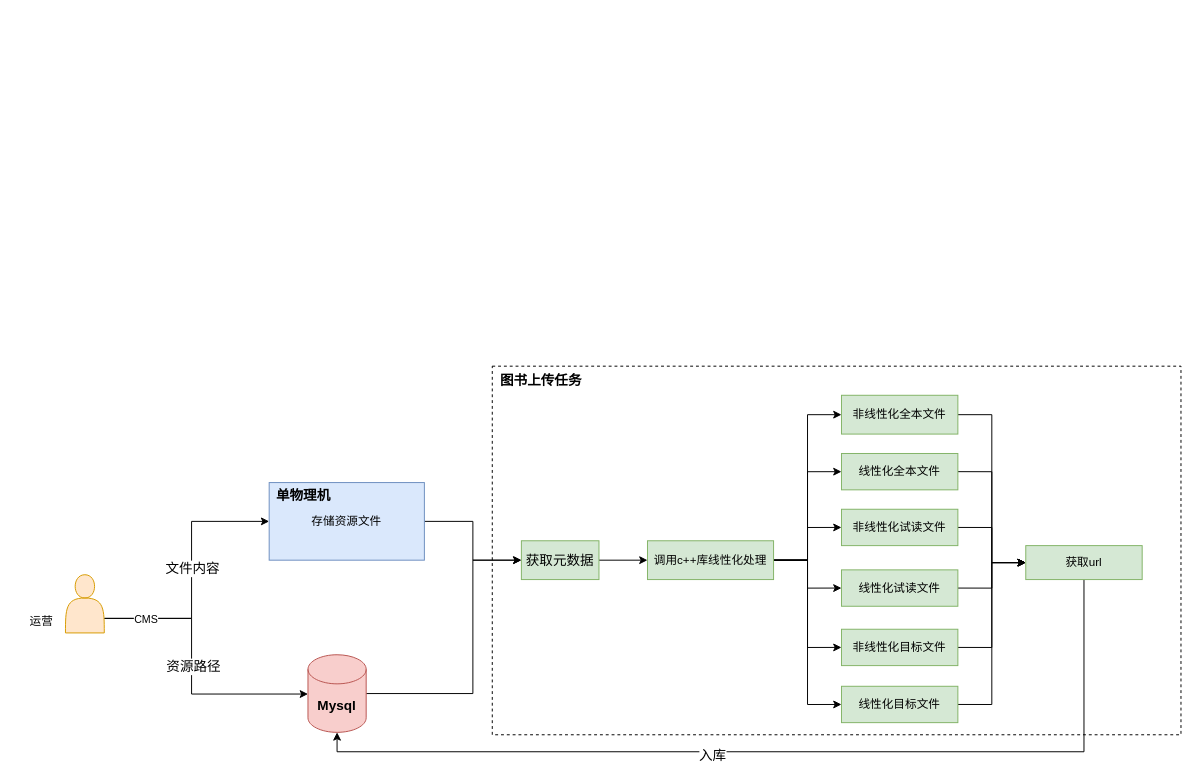
Above: 图书上传任务流程.drawio in Floweryu/my-diagrams (draw.io), before the change. Source tidied: cells renumbered, new cells numbered last; positions are measured from the earlier drawing's top-left corner, leaving out a move shared by most shapes. Both pictures are drawn from the tidied source at 97%, with x=0, y=0 at pixel (16, 366).
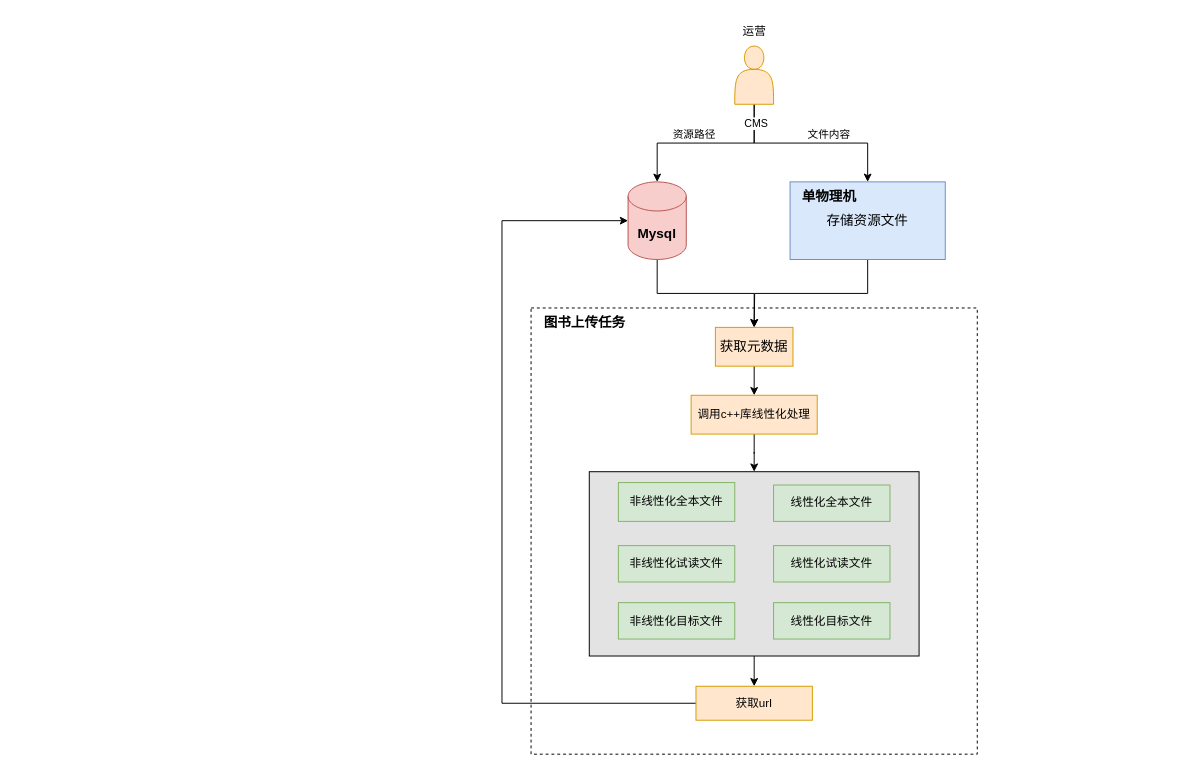
The same diagram, later.

Commit message:
更新图书上传任务流程.drawio

What changed in the source:
```diff
@@
-    <mxCell id="2" style="rounded=0;whiteSpace=wrap;html=1;dashed=1;" parent="1" vertex="1">
-      <mxGeometry x="490" width="710" height="380" as="geometry" />
-    </mxCell>
-    <mxCell id="3" style="edgeStyle=orthogonalEdgeStyle;rounded=0;jettySize=auto;html=1;exitX=1;exitY=0.75;exitDx=0;exitDy=0;entryX=0;entryY=0.5;entryDx=0;entryDy=0;" parent="1" edge="1" source="8" target="36">
-      <mxGeometry relative="1" as="geometry">
-        <Array as="points">
-          <mxPoint x="90" y="260" />
-          <mxPoint x="180" y="260" />
-          <mxPoint x="180" y="160" />
-        </Array>
-      </mxGeometry>
-    </mxCell>
-    <mxCell id="4" value="&lt;font style=&quot;font-size: 14px;&quot;&gt;文件内容&lt;/font&gt;" style="edgeLabel;html=1;align=center;verticalAlign=middle;" parent="3" vertex="1">
-      <mxGeometry x="0.06" relative="1" as="geometry">
-        <mxPoint y="1" as="offset" />
-      </mxGeometry>
-    </mxCell>
-    <mxCell id="5" style="edgeStyle=orthogonalEdgeStyle;rounded=0;jettySize=auto;html=1;exitX=1;exitY=0.75;exitDx=0;exitDy=0;" parent="1" edge="1" source="8" target="34">
-      <mxGeometry relative="1" as="geometry">
-        <Array as="points">
-          <mxPoint x="90" y="260" />
-          <mxPoint x="180" y="260" />
-          <mxPoint x="180" y="338" />
-        </Array>
-      </mxGeometry>
-    </mxCell>
-    <mxCell id="6" value="&lt;font style=&quot;font-size: 14px;&quot;&gt;资源路径&lt;/font&gt;" style="edgeLabel;html=1;align=center;verticalAlign=middle;" parent="5" vertex="1">
-      <mxGeometry x="0.34" y="2" relative="1" as="geometry">
-        <mxPoint x="-24" y="-27" as="offset" />
-      </mxGeometry>
-    </mxCell>
-    <mxCell id="7" value="CMS" style="edgeLabel;html=1;align=center;verticalAlign=middle;" parent="5" vertex="1">
-      <mxGeometry x="-0.71" y="-3" relative="1" as="geometry">
-        <mxPoint y="-3" as="offset" />
-      </mxGeometry>
-    </mxCell>
-    <mxCell id="8" style="shape=actor;whiteSpace=wrap;html=1;fillColor=#ffe6cc;strokeColor=#d79b00;" parent="1" vertex="1">
-      <mxGeometry x="50" y="215" width="40" height="60" as="geometry" />
-    </mxCell>
+    <mxCell id="40" style="rounded=0;whiteSpace=wrap;html=1;dashed=1;" parent="1" vertex="1">
+      <mxGeometry x="530" y="-60" width="460" height="460" as="geometry" />
+    </mxCell>
+    <mxCell id="41" style="edgeStyle=orthogonalEdgeStyle;rounded=0;jettySize=auto;html=1;exitX=0.5;exitY=1;exitDx=0;exitDy=0;entryX=0.5;entryY=0;entryDx=0;entryDy=0;" parent="1" edge="1" source="42" target="32">
+      <mxGeometry relative="1" as="geometry" />
+    </mxCell>
+    <mxCell id="42" style="rounded=0;whiteSpace=wrap;html=1;fillColor=#E3E3E3;" parent="1" vertex="1">
+      <mxGeometry x="590" y="108.8" width="340" height="190" as="geometry" />
+    </mxCell>
-    <mxCell id="9" style="edgeStyle=orthogonalEdgeStyle;rounded=0;jettySize=auto;html=1;" parent="1" edge="1" source="10" target="17">
+    <mxCell id="9" style="edgeStyle=orthogonalEdgeStyle;rounded=0;jettySize=auto;html=1;exitX=0.5;exitY=1;exitDx=0;exitDy=0;entryX=0.5;entryY=0;entryDx=0;entryDy=0;" parent="1" edge="1" source="10" target="17">
       <mxGeometry relative="1" as="geometry" />
     </mxCell>
-    <mxCell id="10" value="&lt;font style=&quot;font-size: 14px;&quot;&gt;获取元数据&lt;/font&gt;" style="rounded=0;whiteSpace=wrap;html=1;fillColor=#d5e8d4;strokeColor=#82b366;" parent="1" vertex="1">
-      <mxGeometry x="520" y="180" width="80" height="40" as="geometry" />
+    <mxCell id="10" value="&lt;font style=&quot;font-size: 14px;&quot;&gt;获取元数据&lt;/font&gt;" style="rounded=0;whiteSpace=wrap;html=1;fillColor=#ffe6cc;strokeColor=#d79b00;" parent="1" vertex="1">
+      <mxGeometry x="720" y="-40" width="80" height="40" as="geometry" />
     </mxCell>
-    <mxCell id="11" style="edgeStyle=orthogonalEdgeStyle;rounded=0;jettySize=auto;html=1;exitX=1;exitY=0.5;exitDx=0;exitDy=0;entryX=0;entryY=0.5;entryDx=0;entryDy=0;" parent="1" edge="1" source="17" target="19">
-      <mxGeometry relative="1" as="geometry" />
-    </mxCell>
-    <mxCell id="12" style="edgeStyle=orthogonalEdgeStyle;rounded=0;jettySize=auto;html=1;exitX=1;exitY=0.5;exitDx=0;exitDy=0;entryX=0;entryY=0.5;entryDx=0;entryDy=0;" parent="1" edge="1" source="17" target="21">
-      <mxGeometry relative="1" as="geometry" />
-    </mxCell>
-    <mxCell id="13" style="edgeStyle=orthogonalEdgeStyle;rounded=0;jettySize=auto;html=1;exitX=1;exitY=0.5;exitDx=0;exitDy=0;entryX=0;entryY=0.5;entryDx=0;entryDy=0;" parent="1" edge="1" source="17" target="23">
-      <mxGeometry relative="1" as="geometry" />
-    </mxCell>
-    <mxCell id="14" style="edgeStyle=orthogonalEdgeStyle;rounded=0;jettySize=auto;html=1;exitX=1;exitY=0.5;exitDx=0;exitDy=0;entryX=0;entryY=0.5;entryDx=0;entryDy=0;" parent="1" edge="1" source="17" target="25">
-      <mxGeometry relative="1" as="geometry" />
-    </mxCell>
-    <mxCell id="15" style="edgeStyle=orthogonalEdgeStyle;rounded=0;jettySize=auto;html=1;exitX=1;exitY=0.5;exitDx=0;exitDy=0;entryX=0;entryY=0.5;entryDx=0;entryDy=0;" parent="1" edge="1" source="17" target="27">
-      <mxGeometry relative="1" as="geometry" />
-    </mxCell>
-    <mxCell id="16" style="edgeStyle=orthogonalEdgeStyle;rounded=0;jettySize=auto;html=1;exitX=1;exitY=0.5;exitDx=0;exitDy=0;entryX=0;entryY=0.5;entryDx=0;entryDy=0;" parent="1" edge="1" source="17" target="29">
-      <mxGeometry relative="1" as="geometry" />
-    </mxCell>
+    <mxCell id="43" style="edgeStyle=orthogonalEdgeStyle;rounded=0;jettySize=auto;html=1;exitX=0.5;exitY=1;exitDx=0;exitDy=0;" parent="1" edge="1" source="17" target="42">
+      <mxGeometry relative="1" as="geometry" />
+    </mxCell>
-    <mxCell id="17" value="调用c++库线性化处理" style="rounded=0;whiteSpace=wrap;html=1;fillColor=#d5e8d4;strokeColor=#82b366;" parent="1" vertex="1">
-      <mxGeometry x="650" y="180" width="130" height="40" as="geometry" />
+    <mxCell id="17" value="调用c++库线性化处理" style="rounded=0;whiteSpace=wrap;html=1;fillColor=#ffe6cc;strokeColor=#d79b00;" parent="1" vertex="1">
+      <mxGeometry x="695" y="30" width="130" height="40" as="geometry" />
     </mxCell>
-    <mxCell id="18" style="edgeStyle=orthogonalEdgeStyle;rounded=0;jettySize=auto;html=1;exitX=1;exitY=0.5;exitDx=0;exitDy=0;entryX=0;entryY=0.5;entryDx=0;entryDy=0;" parent="1" edge="1" source="19" target="32">
-      <mxGeometry relative="1" as="geometry" />
-    </mxCell>
     <mxCell id="19" value="非线性化全本文件" style="rounded=0;whiteSpace=wrap;html=1;fillColor=#d5e8d4;strokeColor=#82b366;" parent="1" vertex="1">
-      <mxGeometry x="850" y="30" width="120" height="40" as="geometry" />
+      <mxGeometry x="620" y="120" width="120" height="40" as="geometry" />
     </mxCell>
-    <mxCell id="20" style="edgeStyle=orthogonalEdgeStyle;rounded=0;jettySize=auto;html=1;exitX=1;exitY=0.5;exitDx=0;exitDy=0;entryX=0;entryY=0.5;entryDx=0;entryDy=0;" parent="1" edge="1" source="21" target="32">
-      <mxGeometry relative="1" as="geometry" />
-    </mxCell>
     <mxCell id="21" value="线性化全本文件" style="rounded=0;whiteSpace=wrap;html=1;fillColor=#d5e8d4;strokeColor=#82b366;" parent="1" vertex="1">
-      <mxGeometry x="850" y="90" width="120" height="37.5" as="geometry" />
+      <mxGeometry x="780" y="122.5" width="120" height="37.5" as="geometry" />
     </mxCell>
-    <mxCell id="22" style="edgeStyle=orthogonalEdgeStyle;rounded=0;jettySize=auto;html=1;exitX=1;exitY=0.5;exitDx=0;exitDy=0;entryX=0;entryY=0.5;entryDx=0;entryDy=0;" parent="1" edge="1" source="23" target="32">
-      <mxGeometry relative="1" as="geometry" />
-    </mxCell>
     <mxCell id="23" value="非线性化试读文件" style="rounded=0;whiteSpace=wrap;html=1;fillColor=#d5e8d4;strokeColor=#82b366;" parent="1" vertex="1">
-      <mxGeometry x="850" y="147.5" width="120" height="37.5" as="geometry" />
+      <mxGeometry x="620" y="185" width="120" height="37.5" as="geometry" />
     </mxCell>
-    <mxCell id="24" style="edgeStyle=orthogonalEdgeStyle;rounded=0;jettySize=auto;html=1;exitX=1;exitY=0.5;exitDx=0;exitDy=0;entryX=0;entryY=0.5;entryDx=0;entryDy=0;" parent="1" edge="1" source="25" target="32">
-      <mxGeometry relative="1" as="geometry" />
-    </mxCell>
     <mxCell id="25" value="线性化试读文件" style="rounded=0;whiteSpace=wrap;html=1;fillColor=#d5e8d4;strokeColor=#82b366;" parent="1" vertex="1">
-      <mxGeometry x="850" y="210" width="120" height="37.5" as="geometry" />
+      <mxGeometry x="780" y="185" width="120" height="37.5" as="geometry" />
     </mxCell>
-    <mxCell id="26" style="edgeStyle=orthogonalEdgeStyle;rounded=0;jettySize=auto;html=1;exitX=1;exitY=0.5;exitDx=0;exitDy=0;entryX=0;entryY=0.5;entryDx=0;entryDy=0;" parent="1" edge="1" source="27" target="32">
-      <mxGeometry relative="1" as="geometry" />
-    </mxCell>
     <mxCell id="27" value="非线性化目标文件" style="rounded=0;whiteSpace=wrap;html=1;fillColor=#d5e8d4;strokeColor=#82b366;" parent="1" vertex="1">
-      <mxGeometry x="850" y="271.2" width="120" height="37.5" as="geometry" />
+      <mxGeometry x="620" y="243.8" width="120" height="37.5" as="geometry" />
     </mxCell>
-    <mxCell id="28" style="edgeStyle=orthogonalEdgeStyle;rounded=0;jettySize=auto;html=1;exitX=1;exitY=0.5;exitDx=0;exitDy=0;entryX=0;entryY=0.5;entryDx=0;entryDy=0;" parent="1" edge="1" source="29" target="32">
-      <mxGeometry relative="1" as="geometry" />
-    </mxCell>
     <mxCell id="29" value="线性化目标文件" style="rounded=0;whiteSpace=wrap;html=1;fillColor=#d5e8d4;strokeColor=#82b366;" parent="1" vertex="1">
-      <mxGeometry x="850" y="330" width="120" height="37.5" as="geometry" />
+      <mxGeometry x="780" y="243.8" width="120" height="37.5" as="geometry" />
     </mxCell>
-    <mxCell id="30" style="edgeStyle=orthogonalEdgeStyle;rounded=0;jettySize=auto;html=1;exitX=0.5;exitY=1;exitDx=0;exitDy=0;entryX=0.5;entryY=1;entryDx=0;entryDy=0;entryPerimeter=0;" parent="1" edge="1" source="32" target="34">
-      <mxGeometry relative="1" as="geometry" />
+    <mxCell id="30" style="edgeStyle=orthogonalEdgeStyle;rounded=0;jettySize=auto;html=1;exitX=0;exitY=0.5;exitDx=0;exitDy=0;entryX=0;entryY=0.5;entryDx=0;entryDy=0;entryPerimeter=0;" parent="1" edge="1" source="32" target="34">
+      <mxGeometry relative="1" as="geometry">
+        <Array as="points">
+          <mxPoint x="500" y="348" />
+          <mxPoint x="500" y="-150" />
+        </Array>
+      </mxGeometry>
     </mxCell>
-    <mxCell id="31" value="&lt;font style=&quot;font-size: 14px;&quot;&gt;入库&lt;/font&gt;" style="edgeLabel;html=1;align=center;verticalAlign=middle;" parent="30" vertex="1">
-      <mxGeometry x="0.15" y="-1" relative="1" as="geometry">
-        <mxPoint x="-5" y="4" as="offset" />
-      </mxGeometry>
-    </mxCell>
-    <mxCell id="32" value="获取url" style="rounded=0;whiteSpace=wrap;html=1;fillColor=#d5e8d4;strokeColor=#82b366;" parent="1" vertex="1">
-      <mxGeometry x="1040" y="185" width="120" height="35" as="geometry" />
+    <mxCell id="32" value="获取url" style="rounded=0;whiteSpace=wrap;html=1;fillColor=#ffe6cc;strokeColor=#d79b00;" parent="1" vertex="1">
+      <mxGeometry x="700" y="330" width="120" height="35" as="geometry" />
     </mxCell>
+    <mxCell id="38" value="&lt;b&gt;&lt;font style=&quot;font-size: 14px;&quot;&gt;图书上传任务&lt;/font&gt;&lt;/b&gt;" style="text;html=1;align=center;verticalAlign=middle;strokeColor=none;fillColor=none;" parent="1" vertex="1">
+      <mxGeometry x="530" y="-60" width="110" height="30" as="geometry" />
+    </mxCell>
+    <mxCell id="39" value="运营" style="text;html=1;align=center;verticalAlign=middle;strokeColor=none;fillColor=none;" parent="1" vertex="1">
+      <mxGeometry x="735" y="-360" width="50" height="30" as="geometry" />
+    </mxCell>
-    <mxCell id="33" style="edgeStyle=orthogonalEdgeStyle;rounded=0;jettySize=auto;html=1;exitX=1;exitY=0.5;exitDx=0;exitDy=0;exitPerimeter=0;entryX=0;entryY=0.5;entryDx=0;entryDy=0;" parent="1" edge="1" source="34" target="10">
-      <mxGeometry relative="1" as="geometry">
-        <Array as="points">
-          <mxPoint x="470" y="338" />
-          <mxPoint x="470" y="200" />
-        </Array>
-      </mxGeometry>
+    <mxCell id="33" style="edgeStyle=orthogonalEdgeStyle;rounded=0;jettySize=auto;html=1;exitX=0.5;exitY=1;exitDx=0;exitDy=0;exitPerimeter=0;entryX=0.5;entryY=0;entryDx=0;entryDy=0;" parent="1" edge="1" source="34" target="10">
+      <mxGeometry relative="1" as="geometry" />
     </mxCell>
     <mxCell id="34" value="&lt;font style=&quot;font-size: 14px;&quot;&gt;&lt;b&gt;Mysql&lt;/b&gt;&lt;/font&gt;" style="shape=cylinder3;whiteSpace=wrap;html=1;boundedLbl=1;backgroundOutline=1;size=15;fillColor=#f8cecc;strokeColor=#b85450;" parent="1" vertex="1">
-      <mxGeometry x="300" y="297.5" width="60" height="80" as="geometry" />
+      <mxGeometry x="630" y="-190" width="60" height="80" as="geometry" />
     </mxCell>
-    <mxCell id="35" style="edgeStyle=orthogonalEdgeStyle;rounded=0;jettySize=auto;html=1;exitX=1;exitY=0.5;exitDx=0;exitDy=0;entryX=0;entryY=0.5;entryDx=0;entryDy=0;" parent="1" edge="1" source="36" target="10">
-      <mxGeometry relative="1" as="geometry" />
-    </mxCell>
+    <mxCell id="44" style="edgeStyle=orthogonalEdgeStyle;rounded=0;jettySize=auto;html=1;exitX=0.5;exitY=1;exitDx=0;exitDy=0;" parent="1" edge="1" source="46" target="36">
+      <mxGeometry relative="1" as="geometry" />
+    </mxCell>
+    <mxCell id="4" value="文件内容" style="edgeLabel;html=1;align=center;verticalAlign=middle;" parent="44" vertex="1">
+      <mxGeometry x="0.18" y="-2" relative="1" as="geometry">
+        <mxPoint y="-12" as="offset" />
+      </mxGeometry>
+    </mxCell>
+    <mxCell id="45" style="edgeStyle=orthogonalEdgeStyle;rounded=0;jettySize=auto;html=1;exitX=0.5;exitY=1;exitDx=0;exitDy=0;" parent="1" edge="1" source="46" target="34">
+      <mxGeometry relative="1" as="geometry" />
+    </mxCell>
+    <mxCell id="7" value="CMS" style="edgeLabel;html=1;align=center;verticalAlign=middle;" parent="45" vertex="1">
+      <mxGeometry x="-0.79" y="1" relative="1" as="geometry" />
+    </mxCell>
+    <mxCell id="6" value="资源路径" style="edgeLabel;html=1;align=center;verticalAlign=middle;" parent="45" vertex="1">
+      <mxGeometry x="0.14" y="1" relative="1" as="geometry">
+        <mxPoint y="-11" as="offset" />
+      </mxGeometry>
+    </mxCell>
+    <mxCell id="46" style="shape=actor;whiteSpace=wrap;html=1;fillColor=#ffe6cc;strokeColor=#d79b00;" parent="1" vertex="1">
+      <mxGeometry x="740" y="-330" width="40" height="60" as="geometry" />
+    </mxCell>
+    <mxCell id="47" style="edgeStyle=orthogonalEdgeStyle;rounded=0;jettySize=auto;html=1;exitX=0.5;exitY=1;exitDx=0;exitDy=0;" parent="1" edge="1" source="36">
+      <mxGeometry relative="1" as="geometry">
+        <mxPoint x="760" y="-40" as="targetPoint" />
+      </mxGeometry>
+    </mxCell>
-    <mxCell id="36" value="存储资源文件" style="rounded=0;whiteSpace=wrap;html=1;fillColor=#dae8fc;strokeColor=#6c8ebf;" parent="1" vertex="1">
-      <mxGeometry x="260" y="120" width="160" height="80" as="geometry" />
+    <mxCell id="36" value="&lt;font style=&quot;font-size: 14px;&quot;&gt;存储资源文件&lt;/font&gt;" style="rounded=0;whiteSpace=wrap;html=1;fillColor=#dae8fc;strokeColor=#6c8ebf;" parent="1" vertex="1">
+      <mxGeometry x="797" y="-190" width="160" height="80" as="geometry" />
     </mxCell>
     <mxCell id="37" value="&lt;font style=&quot;font-size: 14px;&quot;&gt;&lt;b&gt;单物理机&lt;/b&gt;&lt;/font&gt;" style="text;html=1;align=center;verticalAlign=middle;strokeColor=none;fillColor=none;" parent="1" vertex="1">
-      <mxGeometry x="255" y="117.5" width="80" height="30" as="geometry" />
+      <mxGeometry x="797" y="-190" width="80" height="30" as="geometry" />
     </mxCell>
-    <mxCell id="38" value="&lt;b&gt;&lt;font style=&quot;font-size: 14px;&quot;&gt;图书上传任务&lt;/font&gt;&lt;/b&gt;" style="text;html=1;align=center;verticalAlign=middle;strokeColor=none;fillColor=none;" parent="1" vertex="1">
-      <mxGeometry x="485" width="110" height="30" as="geometry" />
-    </mxCell>
-    <mxCell id="39" value="运营" style="text;html=1;align=center;verticalAlign=middle;strokeColor=none;fillColor=none;" parent="1" vertex="1">
-      <mxGeometry y="247.5" width="50" height="30" as="geometry" />
-    </mxCell>
```
